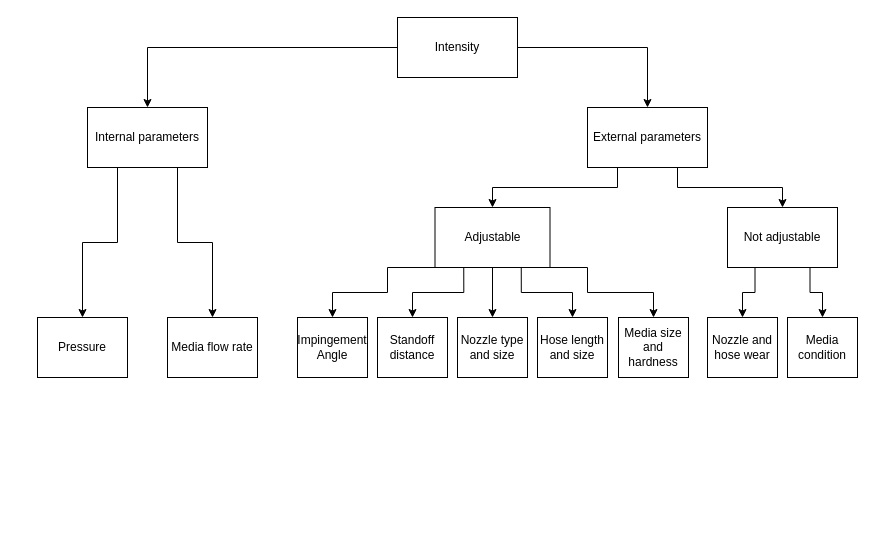
Above: SP Monitoring flowchart.drawio in auggie246/SP-Monitoring-stuff (draw.io), before the change. Source tidied: cells renumbered, new cells numbered last; positions are measured from the earlier drawing's top-left corner, leaving out a move shared by most shapes. Both pictures are drawn from the tidied source at 100%, with x=0, y=0 at pixel (37, 17).
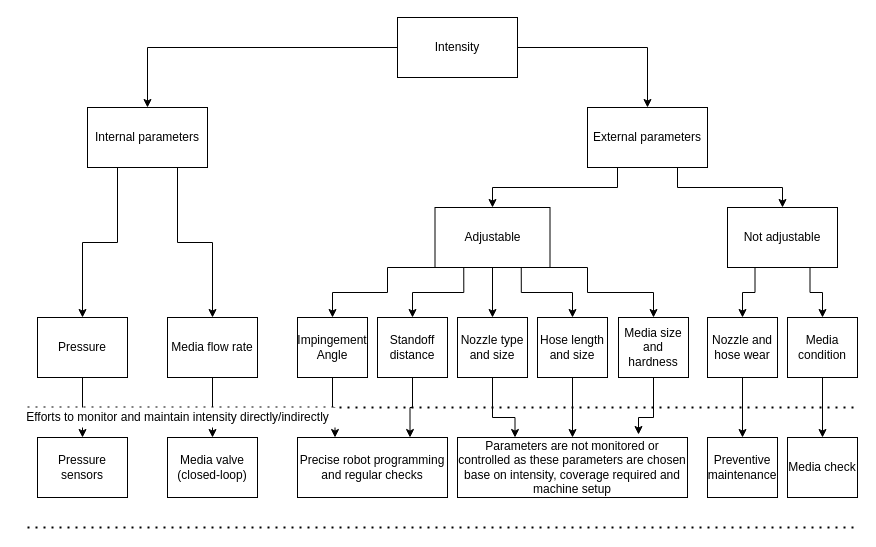
The same page after the edit.

The change refers to these unchanged cells:
```xml
<mxCell id="5" value="Pressure" style="rounded=0;whiteSpace=wrap;html=1;" parent="1" vertex="1">
  <mxGeometry y="300" width="90" height="60" as="geometry" />
</mxCell>
<mxCell id="9" value="Media flow rate" style="rounded=0;whiteSpace=wrap;html=1;" parent="1" vertex="1">
  <mxGeometry x="130" y="300" width="90" height="60" as="geometry" />
</mxCell>
<mxCell id="13" value="Impingement Angle" style="rounded=0;whiteSpace=wrap;html=1;" parent="1" vertex="1">
  <mxGeometry x="260" y="300" width="70" height="60" as="geometry" />
</mxCell>
<mxCell id="14" value="Standoff distance" style="rounded=0;whiteSpace=wrap;html=1;" parent="1" vertex="1">
  <mxGeometry x="340" y="300" width="70" height="60" as="geometry" />
</mxCell>
<mxCell id="15" value="Nozzle type and size" style="rounded=0;whiteSpace=wrap;html=1;" parent="1" vertex="1">
  <mxGeometry x="420" y="300" width="70" height="60" as="geometry" />
</mxCell>
<mxCell id="25" value="Nozzle and hose wear" style="rounded=0;whiteSpace=wrap;html=1;" parent="1" vertex="1">
  <mxGeometry x="670" y="300" width="70" height="60" as="geometry" />
</mxCell>
<mxCell id="26" value="Hose length and size" style="rounded=0;whiteSpace=wrap;html=1;" parent="1" vertex="1">
  <mxGeometry x="500" y="300" width="70" height="60" as="geometry" />
</mxCell>
<mxCell id="27" value="Media condition" style="rounded=0;whiteSpace=wrap;html=1;" parent="1" vertex="1">
  <mxGeometry x="750" y="300" width="70" height="60" as="geometry" />
</mxCell>
<mxCell id="28" value="Media size and hardness" style="rounded=0;whiteSpace=wrap;html=1;" parent="1" vertex="1">
  <mxGeometry x="581" y="300" width="70" height="60" as="geometry" />
</mxCell>
```

Diff of the diagram source:
```diff
@@
+    <mxCell id="29" style="edgeStyle=orthogonalEdgeStyle;rounded=0;jettySize=auto;html=1;exitX=0.5;exitY=1;exitDx=0;exitDy=0;" parent="1" edge="1" source="5" target="41">
+      <mxGeometry relative="1" as="geometry" />
+    </mxCell>
@@
+    <mxCell id="30" style="edgeStyle=orthogonalEdgeStyle;rounded=0;jettySize=auto;html=1;exitX=0.5;exitY=1;exitDx=0;exitDy=0;entryX=0.5;entryY=0;entryDx=0;entryDy=0;" parent="1" edge="1" source="9" target="42">
+      <mxGeometry relative="1" as="geometry" />
+    </mxCell>
@@
+    <mxCell id="31" style="edgeStyle=orthogonalEdgeStyle;rounded=0;jettySize=auto;html=1;exitX=0.5;exitY=1;exitDx=0;exitDy=0;entryX=0.25;entryY=0;entryDx=0;entryDy=0;" parent="1" edge="1" source="13" target="43">
+      <mxGeometry relative="1" as="geometry" />
+    </mxCell>
@@
+    <mxCell id="32" style="edgeStyle=orthogonalEdgeStyle;rounded=0;jettySize=auto;html=1;exitX=0.5;exitY=1;exitDx=0;exitDy=0;entryX=0.75;entryY=0;entryDx=0;entryDy=0;" parent="1" edge="1" source="14" target="43">
+      <mxGeometry relative="1" as="geometry" />
+    </mxCell>
@@
+    <mxCell id="33" style="edgeStyle=orthogonalEdgeStyle;rounded=0;jettySize=auto;html=1;exitX=0.5;exitY=1;exitDx=0;exitDy=0;entryX=0.25;entryY=0;entryDx=0;entryDy=0;" parent="1" edge="1" source="15" target="46">
+      <mxGeometry relative="1" as="geometry">
+        <Array as="points">
+          <mxPoint x="455" y="400" />
+          <mxPoint x="478" y="400" />
+        </Array>
+      </mxGeometry>
+    </mxCell>
@@
+    <mxCell id="34" style="edgeStyle=orthogonalEdgeStyle;rounded=0;jettySize=auto;html=1;exitX=0.5;exitY=1;exitDx=0;exitDy=0;entryX=0.5;entryY=0;entryDx=0;entryDy=0;" parent="1" edge="1" source="25" target="45">
+      <mxGeometry relative="1" as="geometry" />
+    </mxCell>
@@
+    <mxCell id="35" style="edgeStyle=orthogonalEdgeStyle;rounded=0;jettySize=auto;html=1;exitX=0.5;exitY=1;exitDx=0;exitDy=0;entryX=0.5;entryY=0;entryDx=0;entryDy=0;" parent="1" edge="1" source="26" target="46">
+      <mxGeometry relative="1" as="geometry" />
+    </mxCell>
@@
+    <mxCell id="36" style="edgeStyle=orthogonalEdgeStyle;rounded=0;jettySize=auto;html=1;exitX=0.5;exitY=1;exitDx=0;exitDy=0;" parent="1" edge="1" source="27" target="44">
+      <mxGeometry relative="1" as="geometry" />
+    </mxCell>
@@
+    <mxCell id="37" style="edgeStyle=orthogonalEdgeStyle;rounded=0;jettySize=auto;html=1;exitX=0.5;exitY=1;exitDx=0;exitDy=0;entryX=0.787;entryY=-0.05;entryDx=0;entryDy=0;entryPerimeter=0;" parent="1" edge="1" source="28" target="46">
+      <mxGeometry relative="1" as="geometry">
+        <Array as="points">
+          <mxPoint x="616" y="400" />
+          <mxPoint x="601" y="400" />
+        </Array>
+      </mxGeometry>
+    </mxCell>
@@
+    <mxCell id="38" style="endArrow=none;dashed=1;html=1;dashPattern=1 3;strokeWidth=2;rounded=0;" parent="1" edge="1">
+      <mxGeometry relative="1" as="geometry">
+        <mxPoint x="-10" y="390" as="sourcePoint" />
+        <mxPoint x="820" y="390" as="targetPoint" />
+      </mxGeometry>
+    </mxCell>
+    <mxCell id="39" style="endArrow=none;dashed=1;html=1;dashPattern=1 3;strokeWidth=2;rounded=0;" parent="1" edge="1">
+      <mxGeometry relative="1" as="geometry">
+        <mxPoint x="-10" y="510" as="sourcePoint" />
+        <mxPoint x="820" y="510" as="targetPoint" />
+      </mxGeometry>
+    </mxCell>
+    <mxCell id="40" value="Efforts to monitor and maintain intensity directly/indirectly" style="text;html=1;align=center;verticalAlign=middle;fillColor=default;" parent="1" vertex="1">
+      <mxGeometry x="-20" y="390" width="320" height="20" as="geometry" />
+    </mxCell>
+    <mxCell id="41" value="Pressure sensors" style="rounded=0;whiteSpace=wrap;html=1;" parent="1" vertex="1">
+      <mxGeometry y="420" width="90" height="60" as="geometry" />
+    </mxCell>
+    <mxCell id="42" value="Media valve (closed-loop)" style="rounded=0;whiteSpace=wrap;html=1;" parent="1" vertex="1">
+      <mxGeometry x="130" y="420" width="90" height="60" as="geometry" />
+    </mxCell>
+    <mxCell id="43" value="Precise robot programming and regular checks" style="rounded=0;whiteSpace=wrap;html=1;" parent="1" vertex="1">
+      <mxGeometry x="260" y="420" width="150" height="60" as="geometry" />
+    </mxCell>
+    <mxCell id="44" value="Media check" style="rounded=0;whiteSpace=wrap;html=1;" parent="1" vertex="1">
+      <mxGeometry x="750" y="420" width="70" height="60" as="geometry" />
+    </mxCell>
+    <mxCell id="45" value="Preventive maintenance" style="rounded=0;whiteSpace=wrap;html=1;" parent="1" vertex="1">
+      <mxGeometry x="670" y="420" width="70" height="60" as="geometry" />
+    </mxCell>
+    <mxCell id="46" value="Parameters are not monitored or controlled as these parameters are chosen base on intensity, coverage required and machine setup" style="rounded=0;whiteSpace=wrap;html=1;" parent="1" vertex="1">
+      <mxGeometry x="420" y="420" width="230" height="60" as="geometry" />
+    </mxCell>
```
